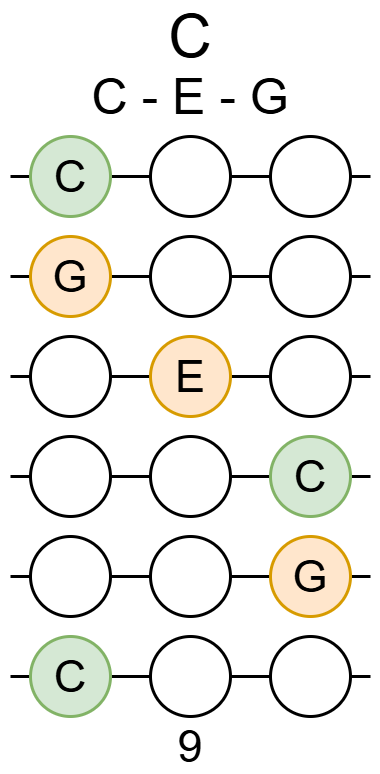
The draw.io diagram Images/ClosedCChordChart.png in enzoevers/Guitar-Ukulele-method, before a commit. Source tidied: cells renumbered, new cells last; positions are measured from the earlier drawing's top-left corner, leaving out a move shared by most shapes. Source of this version:
```xml
<mxGraphModel>
  <root>
    <mxCell id="0" />
    <mxCell id="1" parent="0" />
    <mxCell id="2" style="endArrow=none;html=1;rounded=0;strokeWidth=3;fontSize=45;" parent="1" edge="1">
      <mxGeometry relative="1" as="geometry">
        <mxPoint x="10" y="370" as="sourcePoint" />
        <mxPoint x="370" y="370" as="targetPoint" />
      </mxGeometry>
    </mxCell>
    <mxCell id="3" style="ellipse;whiteSpace=wrap;html=1;strokeWidth=3;fontSize=45;" parent="1" vertex="1">
      <mxGeometry x="30" y="330" width="80" height="80" as="geometry" />
    </mxCell>
    <mxCell id="4" value="E" style="ellipse;whiteSpace=wrap;html=1;strokeWidth=3;fontSize=45;fillColor=#ffe6cc;strokeColor=#d79b00;" parent="1" vertex="1">
      <mxGeometry x="150" y="330" width="80" height="80" as="geometry" />
    </mxCell>
    <mxCell id="5" style="ellipse;whiteSpace=wrap;html=1;strokeWidth=3;fontSize=45;" parent="1" vertex="1">
      <mxGeometry x="270" y="330" width="80" height="80" as="geometry" />
    </mxCell>
    <mxCell id="6" style="endArrow=none;html=1;rounded=0;strokeWidth=3;fontSize=45;" parent="1" edge="1">
      <mxGeometry relative="1" as="geometry">
        <mxPoint x="10" y="470" as="sourcePoint" />
        <mxPoint x="370" y="470" as="targetPoint" />
      </mxGeometry>
    </mxCell>
    <mxCell id="7" style="ellipse;whiteSpace=wrap;html=1;strokeWidth=3;fontSize=45;" parent="1" vertex="1">
      <mxGeometry x="30" y="430" width="80" height="80" as="geometry" />
    </mxCell>
    <mxCell id="8" style="ellipse;whiteSpace=wrap;html=1;strokeWidth=3;fontSize=45;" parent="1" vertex="1">
      <mxGeometry x="150" y="430" width="80" height="80" as="geometry" />
    </mxCell>
    <mxCell id="9" value="C" style="ellipse;whiteSpace=wrap;html=1;strokeWidth=3;fontSize=45;fillColor=#d5e8d4;strokeColor=#82b366;" parent="1" vertex="1">
      <mxGeometry x="270" y="430" width="80" height="80" as="geometry" />
    </mxCell>
    <mxCell id="10" style="endArrow=none;html=1;rounded=0;strokeWidth=3;fontSize=45;" parent="1" edge="1">
      <mxGeometry relative="1" as="geometry">
        <mxPoint x="10" y="570" as="sourcePoint" />
        <mxPoint x="370" y="570" as="targetPoint" />
      </mxGeometry>
    </mxCell>
    <mxCell id="11" style="ellipse;whiteSpace=wrap;html=1;strokeWidth=3;fontSize=45;" parent="1" vertex="1">
      <mxGeometry x="30" y="530" width="80" height="80" as="geometry" />
    </mxCell>
    <mxCell id="12" style="ellipse;whiteSpace=wrap;html=1;strokeWidth=3;fontSize=45;" parent="1" vertex="1">
      <mxGeometry x="150" y="530" width="80" height="80" as="geometry" />
    </mxCell>
    <mxCell id="13" value="G" style="ellipse;whiteSpace=wrap;html=1;strokeWidth=3;fontSize=45;fillColor=#ffe6cc;strokeColor=#d79b00;" parent="1" vertex="1">
      <mxGeometry x="270" y="530" width="80" height="80" as="geometry" />
    </mxCell>
    <mxCell id="14" style="endArrow=none;html=1;rounded=0;exitX=1;exitY=0.5;exitDx=0;exitDy=0;strokeWidth=3;fontSize=45;" parent="1" edge="1" source="26">
      <mxGeometry relative="1" as="geometry">
        <mxPoint x="370" y="670" as="targetPoint" />
      </mxGeometry>
    </mxCell>
    <mxCell id="15" style="ellipse;whiteSpace=wrap;html=1;strokeWidth=3;fontSize=45;" parent="1" vertex="1">
      <mxGeometry x="150" y="630" width="80" height="80" as="geometry" />
    </mxCell>
    <mxCell id="16" style="ellipse;whiteSpace=wrap;html=1;strokeWidth=3;fontSize=45;" parent="1" vertex="1">
      <mxGeometry x="270" y="630" width="80" height="80" as="geometry" />
    </mxCell>
    <mxCell id="17" style="endArrow=none;html=1;rounded=0;strokeWidth=3;fontSize=45;" parent="1" edge="1">
      <mxGeometry relative="1" as="geometry">
        <mxPoint x="10" y="170" as="sourcePoint" />
        <mxPoint x="370" y="170" as="targetPoint" />
      </mxGeometry>
    </mxCell>
    <mxCell id="18" value="C" style="ellipse;whiteSpace=wrap;html=1;strokeWidth=3;fontSize=45;fillColor=#d5e8d4;strokeColor=#82b366;" parent="1" vertex="1">
      <mxGeometry x="30" y="130" width="80" height="80" as="geometry" />
    </mxCell>
    <mxCell id="19" style="ellipse;whiteSpace=wrap;html=1;strokeWidth=3;fontSize=45;" parent="1" vertex="1">
      <mxGeometry x="150" y="130" width="80" height="80" as="geometry" />
    </mxCell>
    <mxCell id="20" style="ellipse;whiteSpace=wrap;html=1;strokeWidth=3;fontSize=45;" parent="1" vertex="1">
      <mxGeometry x="270" y="130" width="80" height="80" as="geometry" />
    </mxCell>
    <mxCell id="21" style="endArrow=none;html=1;rounded=0;strokeWidth=3;fontSize=45;" parent="1" edge="1">
      <mxGeometry relative="1" as="geometry">
        <mxPoint x="10" y="270" as="sourcePoint" />
        <mxPoint x="370" y="270" as="targetPoint" />
      </mxGeometry>
    </mxCell>
    <mxCell id="22" value="G" style="ellipse;whiteSpace=wrap;html=1;strokeWidth=3;fontSize=45;fillColor=#ffe6cc;strokeColor=#d79b00;" parent="1" vertex="1">
      <mxGeometry x="30" y="230" width="80" height="80" as="geometry" />
    </mxCell>
    <mxCell id="23" style="ellipse;whiteSpace=wrap;html=1;strokeWidth=3;fontSize=45;" parent="1" vertex="1">
      <mxGeometry x="150" y="230" width="80" height="80" as="geometry" />
    </mxCell>
    <mxCell id="24" style="ellipse;whiteSpace=wrap;html=1;strokeWidth=3;fontSize=45;" parent="1" vertex="1">
      <mxGeometry x="270" y="230" width="80" height="80" as="geometry" />
    </mxCell>
    <mxCell id="25" style="endArrow=none;html=1;rounded=0;strokeWidth=3;fontSize=45;" parent="1" edge="1" target="26">
      <mxGeometry relative="1" as="geometry">
        <mxPoint x="10" y="670" as="sourcePoint" />
      </mxGeometry>
    </mxCell>
    <mxCell id="26" value="C" style="ellipse;whiteSpace=wrap;html=1;strokeWidth=3;fontSize=45;fillColor=#d5e8d4;strokeColor=#82b366;" parent="1" vertex="1">
      <mxGeometry x="30" y="630" width="80" height="80" as="geometry" />
    </mxCell>
    <mxCell id="27" value="&lt;span style=&quot;font-size: 50px;&quot;&gt;C - E - G&lt;/span&gt;" style="text;html=1;align=center;verticalAlign=middle;whiteSpace=wrap;rounded=0;strokeWidth=12;" parent="1" vertex="1">
      <mxGeometry y="60" width="380" height="60" as="geometry" />
    </mxCell>
    <mxCell id="28" value="&lt;span style=&quot;font-size: 60px;&quot;&gt;C&lt;/span&gt;" style="text;html=1;align=center;verticalAlign=middle;whiteSpace=wrap;rounded=0;strokeWidth=12;" parent="1" vertex="1">
      <mxGeometry x="30" width="320" height="60" as="geometry" />
    </mxCell>
    <mxCell id="29" value="9" style="text;html=1;align=center;verticalAlign=middle;whiteSpace=wrap;rounded=0;fontSize=45;fontStyle=0;" parent="1" vertex="1">
      <mxGeometry x="170" y="720" width="40" height="40" as="geometry" />
    </mxCell>
  </root>
</mxGraphModel>
```
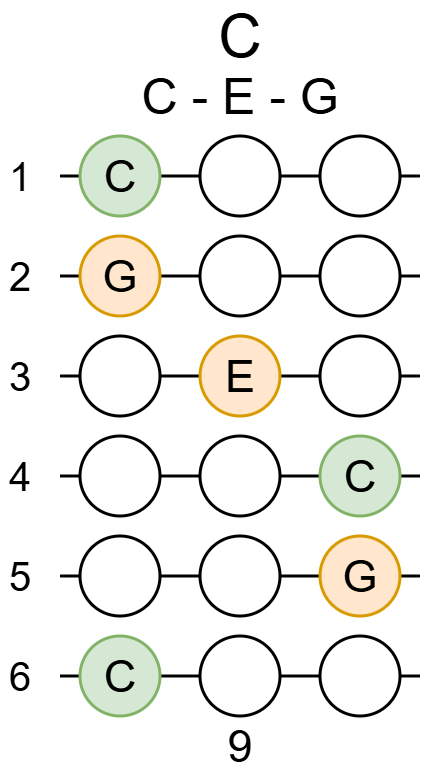
Above is the later version.

Diff of the diagram source:
```diff
@@ -105,5 +105,23 @@
     <mxCell id="29" value="9" style="text;html=1;align=center;verticalAlign=middle;whiteSpace=wrap;rounded=0;fontSize=45;fontStyle=0;" parent="1" vertex="1">
       <mxGeometry x="170" y="720" width="40" height="40" as="geometry" />
     </mxCell>
+    <mxCell id="30" value="&lt;font style=&quot;font-size: 40px;&quot;&gt;1&lt;/font&gt;" style="text;html=1;whiteSpace=wrap;strokeColor=none;fillColor=none;align=center;verticalAlign=middle;rounded=0;" parent="1" vertex="1">
+      <mxGeometry x="-50" y="150" width="40" height="40" as="geometry" />
+    </mxCell>
+    <mxCell id="31" value="&lt;span style=&quot;font-size: 40px;&quot;&gt;2&lt;/span&gt;" style="text;html=1;whiteSpace=wrap;strokeColor=none;fillColor=none;align=center;verticalAlign=middle;rounded=0;" parent="1" vertex="1">
+      <mxGeometry x="-50" y="250" width="40" height="40" as="geometry" />
+    </mxCell>
+    <mxCell id="32" value="&lt;font style=&quot;font-size: 40px;&quot;&gt;3&lt;/font&gt;" style="text;html=1;whiteSpace=wrap;strokeColor=none;fillColor=none;align=center;verticalAlign=middle;rounded=0;" parent="1" vertex="1">
+      <mxGeometry x="-50" y="350" width="40" height="40" as="geometry" />
+    </mxCell>
+    <mxCell id="33" value="&lt;font style=&quot;font-size: 40px;&quot;&gt;4&lt;/font&gt;" style="text;html=1;whiteSpace=wrap;strokeColor=none;fillColor=none;align=center;verticalAlign=middle;rounded=0;" parent="1" vertex="1">
+      <mxGeometry x="-50" y="450" width="40" height="40" as="geometry" />
+    </mxCell>
+    <mxCell id="34" value="&lt;font style=&quot;font-size: 40px;&quot;&gt;5&lt;/font&gt;" style="text;html=1;whiteSpace=wrap;strokeColor=none;fillColor=none;align=center;verticalAlign=middle;rounded=0;" parent="1" vertex="1">
+      <mxGeometry x="-50" y="550" width="40" height="40" as="geometry" />
+    </mxCell>
+    <mxCell id="35" value="&lt;font style=&quot;font-size: 40px;&quot;&gt;6&lt;/font&gt;" style="text;html=1;whiteSpace=wrap;strokeColor=none;fillColor=none;align=center;verticalAlign=middle;rounded=0;" parent="1" vertex="1">
+      <mxGeometry x="-50" y="650" width="40" height="40" as="geometry" />
+    </mxCell>
   </root>
 </mxGraphModel>
```
